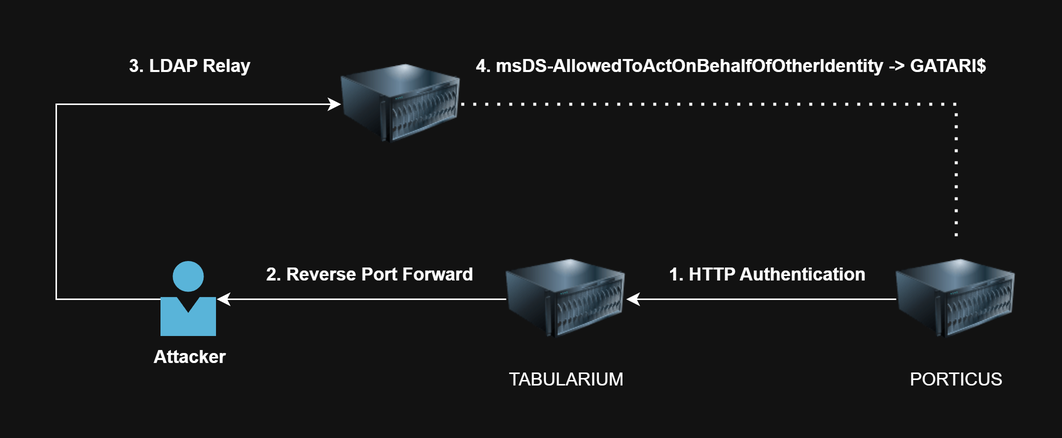
Earlier version of the draw.io export assets/img/sincon-2/ldap_relay.png (ASYNC-Security/async-security.github.io). Source tidied: cells renumbered, new cells last; positions are measured from the earlier drawing's top-left corner, leaving out a move shared by most shapes. Source of this version:
```xml
<mxGraphModel>
  <root>
    <mxCell id="0" />
    <mxCell id="1" parent="0" />
    <mxCell id="2" style="edgeStyle=orthogonalEdgeStyle;rounded=0;jettySize=auto;html=1;entryX=0;entryY=0.5;entryDx=0;entryDy=0;" parent="1" edge="1" source="3" target="8">
      <mxGeometry relative="1" as="geometry">
        <Array as="points">
          <mxPoint y="170" />
          <mxPoint y="40" />
        </Array>
      </mxGeometry>
    </mxCell>
    <mxCell id="3" value="Attacker" style="image;sketch=0;html=1;points=[];align=center;fontSize=12;image=img/lib/mscae/Person.svg;fontStyle=1;" parent="1" vertex="1">
      <mxGeometry x="70" y="145" width="37" height="50" as="geometry" />
    </mxCell>
    <mxCell id="4" style="edgeStyle=orthogonalEdgeStyle;rounded=0;jettySize=auto;html=1;" parent="1" edge="1" source="5" target="3">
      <mxGeometry relative="1" as="geometry" />
    </mxCell>
    <mxCell id="5" value="&lt;span style=&quot;font-size: 12px;&quot;&gt;TABULARIUM&lt;/span&gt;" style="image;html=1;image=img/lib/clip_art/computers/Server_128x128.png;" parent="1" vertex="1">
      <mxGeometry x="300" y="130" width="80" height="80" as="geometry" />
    </mxCell>
    <mxCell id="6" style="edgeStyle=orthogonalEdgeStyle;rounded=0;jettySize=auto;html=1;" parent="1" edge="1" source="7" target="5">
      <mxGeometry relative="1" as="geometry" />
    </mxCell>
    <mxCell id="7" value="&lt;span style=&quot;font-size: 12px;&quot;&gt;PORTICUS&lt;/span&gt;" style="image;html=1;image=img/lib/clip_art/computers/Server_128x128.png;" parent="1" vertex="1">
      <mxGeometry x="560" y="130" width="80" height="80" as="geometry" />
    </mxCell>
    <mxCell id="8" style="image;html=1;image=img/lib/clip_art/computers/Server_128x128.png;" parent="1" vertex="1">
      <mxGeometry x="190" width="80" height="80" as="geometry" />
    </mxCell>
    <mxCell id="9" value="&lt;b&gt;1. HTTP Authentication&lt;/b&gt;" style="text;html=1;align=center;verticalAlign=middle;strokeColor=none;fillColor=none;" parent="1" vertex="1">
      <mxGeometry x="399" y="139" width="150" height="30" as="geometry" />
    </mxCell>
    <mxCell id="10" value="&lt;b&gt;2. Reverse Port Forward&lt;/b&gt;" style="text;html=1;align=center;verticalAlign=middle;strokeColor=none;fillColor=none;" parent="1" vertex="1">
      <mxGeometry x="128.5" y="139" width="160" height="30" as="geometry" />
    </mxCell>
    <mxCell id="11" value="&lt;b&gt;3. LDAP Relay&lt;/b&gt;" style="text;html=1;align=center;verticalAlign=middle;strokeColor=none;fillColor=none;" parent="1" vertex="1">
      <mxGeometry x="38.5" width="100" height="30" as="geometry" />
    </mxCell>
    <mxCell id="12" style="endArrow=none;dashed=1;html=1;dashPattern=1 3;strokeWidth=2;rounded=0;exitX=1;exitY=0.5;exitDx=0;exitDy=0;entryX=0.5;entryY=0;entryDx=0;entryDy=0;" parent="1" edge="1" source="8" target="7">
      <mxGeometry relative="1" as="geometry">
        <Array as="points">
          <mxPoint x="330" y="40" />
          <mxPoint x="600" y="40" />
        </Array>
      </mxGeometry>
    </mxCell>
    <mxCell id="13" value="&lt;b&gt;4. m&lt;/b&gt;&lt;span style=&quot;font-size: 12px;&quot;&gt;&lt;b&gt;sDS-AllowedToActOnBehalfOfOtherIdentity -&amp;gt; GATARI$&lt;/b&gt;&lt;/span&gt;" style="text;html=1;align=center;verticalAlign=middle;strokeColor=none;fillColor=none;" parent="1" vertex="1">
      <mxGeometry x="270" width="360" height="30" as="geometry" />
    </mxCell>
  </root>
</mxGraphModel>
```
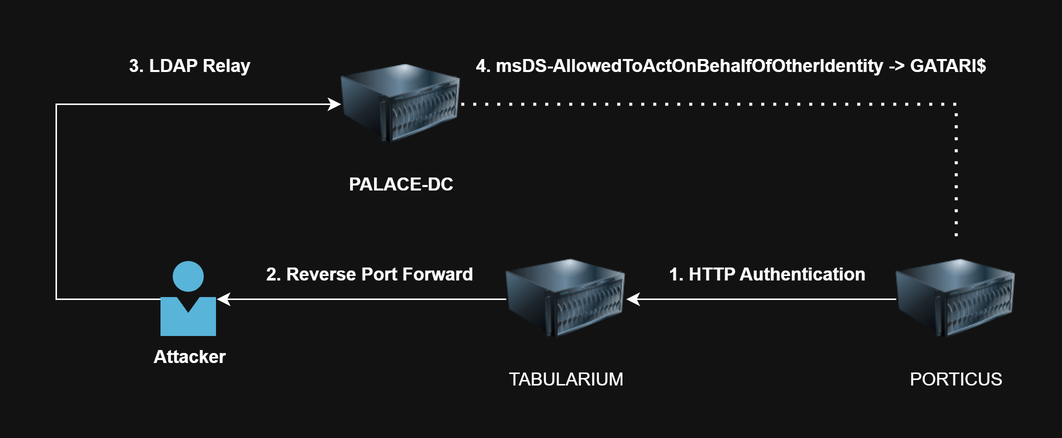
The same file after the commit.

The edit, as a diff of the source:
```diff
@@ -25,7 +25,7 @@
     <mxCell id="7" value="&lt;span style=&quot;font-size: 12px;&quot;&gt;PORTICUS&lt;/span&gt;" style="image;html=1;image=img/lib/clip_art/computers/Server_128x128.png;" parent="1" vertex="1">
       <mxGeometry x="560" y="130" width="80" height="80" as="geometry" />
     </mxCell>
-    <mxCell id="8" style="image;html=1;image=img/lib/clip_art/computers/Server_128x128.png;" parent="1" vertex="1">
+    <mxCell id="8" value="&lt;b&gt;PALACE-DC&lt;/b&gt;" style="image;html=1;image=img/lib/clip_art/computers/Server_128x128.png;" parent="1" vertex="1">
       <mxGeometry x="190" width="80" height="80" as="geometry" />
     </mxCell>
     <mxCell id="9" value="&lt;b&gt;1. HTTP Authentication&lt;/b&gt;" style="text;html=1;align=center;verticalAlign=middle;strokeColor=none;fillColor=none;" parent="1" vertex="1">
```
